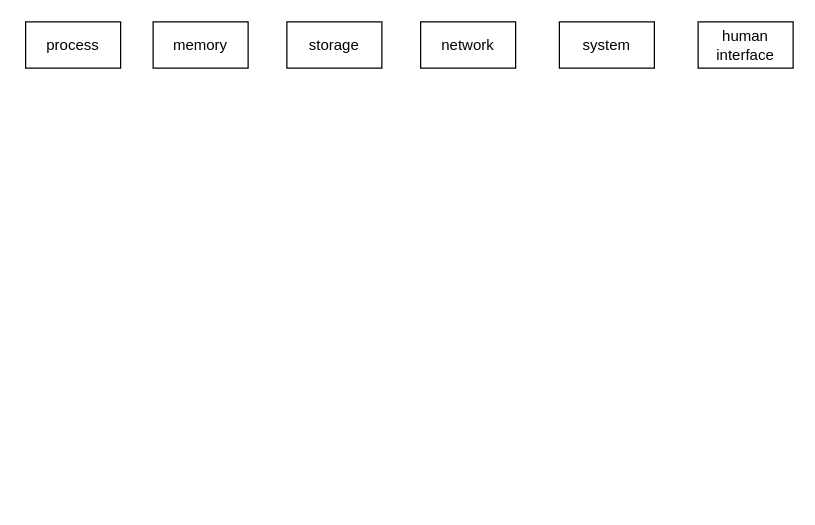
plotusim/home- keeps this draw.io diagram as Untitled Diagram.drawio. Above is the earlier version. Source tidied: cells renumbered, new cells numbered last; positions are measured from the earlier drawing's top-left corner, leaving out a move shared by most shapes. Both pictures are drawn from the tidied source at 125%, with x=0, y=0 at pixel (25, 21).
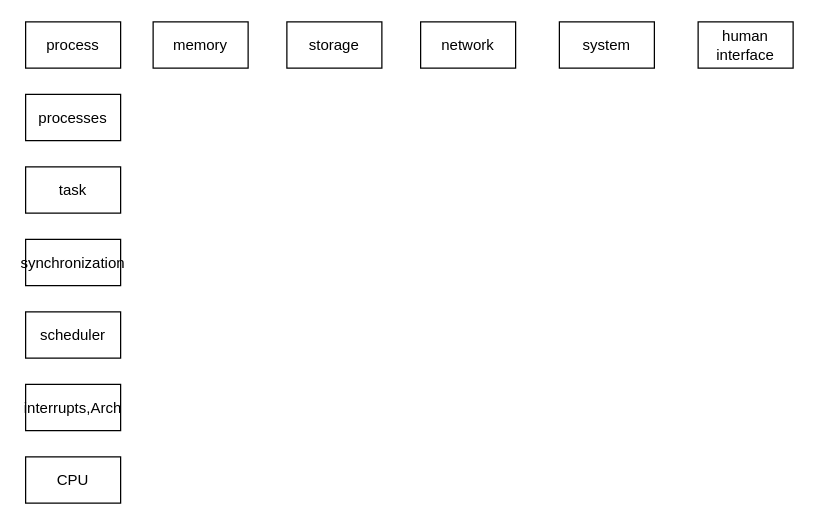
After the change.

Change to the diagram source:
```diff
@@
 <mxGraphModel>
   <root>
     <mxCell id="0" />
     <mxCell id="1" parent="0" />
     <mxCell id="2" value="process" style="rounded=0;whiteSpace=wrap;html=1;" parent="1" vertex="1">
       <mxGeometry width="76" height="37" as="geometry" />
     </mxCell>
     <mxCell id="3" value="memory" style="rounded=0;whiteSpace=wrap;html=1;" parent="1" vertex="1">
       <mxGeometry x="102" width="76" height="37" as="geometry" />
     </mxCell>
     <mxCell id="4" value="storage" style="rounded=0;whiteSpace=wrap;html=1;" parent="1" vertex="1">
       <mxGeometry x="209" width="76" height="37" as="geometry" />
     </mxCell>
     <mxCell id="5" value="network" style="rounded=0;whiteSpace=wrap;html=1;" parent="1" vertex="1">
       <mxGeometry x="316" width="76" height="37" as="geometry" />
     </mxCell>
     <mxCell id="6" value="system" style="rounded=0;whiteSpace=wrap;html=1;" parent="1" vertex="1">
       <mxGeometry x="427" width="76" height="37" as="geometry" />
     </mxCell>
     <mxCell id="7" value="human interface" style="rounded=0;whiteSpace=wrap;html=1;" parent="1" vertex="1">
       <mxGeometry x="538" width="76" height="37" as="geometry" />
     </mxCell>
+    <mxCell id="8" value="processes" style="rounded=0;whiteSpace=wrap;html=1;" parent="1" vertex="1">
+      <mxGeometry y="58" width="76" height="37" as="geometry" />
+    </mxCell>
+    <mxCell id="9" value="task" style="rounded=0;whiteSpace=wrap;html=1;" parent="1" vertex="1">
+      <mxGeometry y="116" width="76" height="37" as="geometry" />
+    </mxCell>
+    <mxCell id="10" value="synchronization" style="rounded=0;whiteSpace=wrap;html=1;" parent="1" vertex="1">
+      <mxGeometry y="174" width="76" height="37" as="geometry" />
+    </mxCell>
+    <mxCell id="11" value="scheduler" style="rounded=0;whiteSpace=wrap;html=1;" parent="1" vertex="1">
+      <mxGeometry y="232" width="76" height="37" as="geometry" />
+    </mxCell>
+    <mxCell id="12" value="interrupts,Arch" style="rounded=0;whiteSpace=wrap;html=1;" parent="1" vertex="1">
+      <mxGeometry y="290" width="76" height="37" as="geometry" />
+    </mxCell>
+    <mxCell id="13" value="CPU" style="rounded=0;whiteSpace=wrap;html=1;" parent="1" vertex="1">
+      <mxGeometry y="348" width="76" height="37" as="geometry" />
+    </mxCell>
   </root>
 </mxGraphModel>
```
